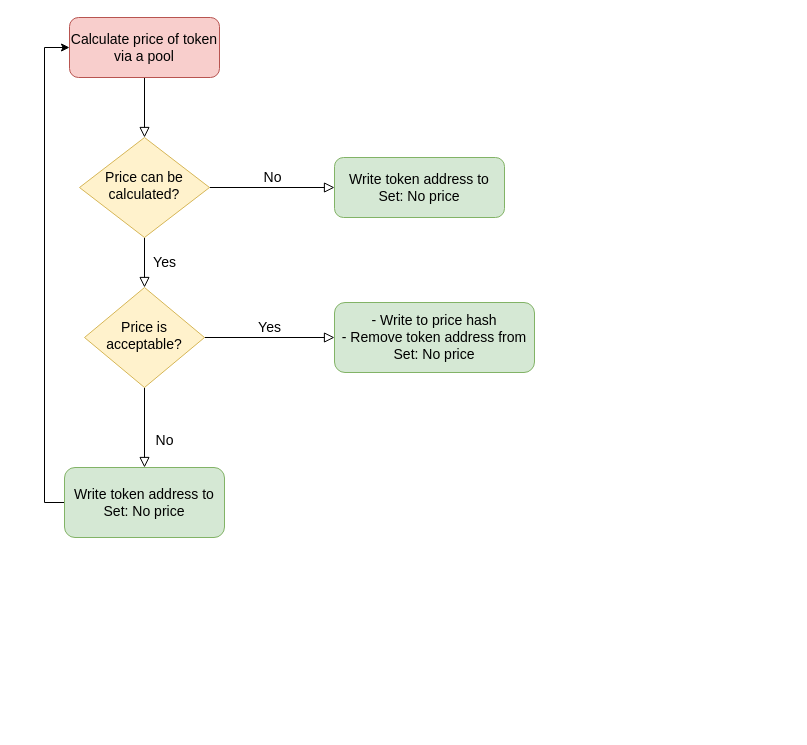
piavgh/draw.io-data keeps this draw.io diagram as Price calculation flowchart.drawio. Above is the earlier version. Source tidied: cells renumbered, new cells numbered last; positions are measured from the earlier drawing's top-left corner, leaving out a move shared by most shapes. Both pictures are drawn from the tidied source at 100%, with x=0, y=0 at pixel (64, 17).
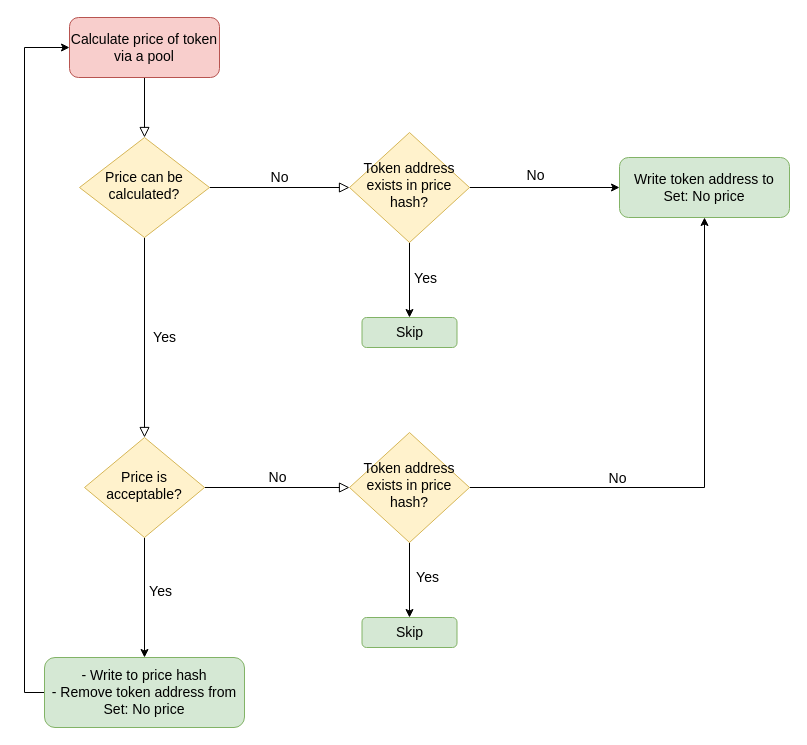
The same page after the edit.

Unchanged cells that the change refers to:
```xml
<mxCell id="3" value="Calculate price of token via a pool" style="rounded=1;whiteSpace=wrap;html=1;fontSize=14;glass=0;strokeWidth=1;shadow=0;fillColor=#f8cecc;strokeColor=#b85450;" parent="1" vertex="1">
  <mxGeometry x="5" width="150" height="60" as="geometry" />
</mxCell>
<mxCell id="6" value="Price can be calculated?" style="rhombus;whiteSpace=wrap;html=1;shadow=0;fontFamily=Helvetica;fontSize=14;align=center;strokeWidth=1;spacing=6;spacingTop=-4;fillColor=#fff2cc;strokeColor=#d6b656;" parent="1" vertex="1">
  <mxGeometry x="15" y="120" width="130" height="100" as="geometry" />
</mxCell>
```

Change to the diagram source:
```diff
@@
-    <mxCell id="5" value="No" style="edgeStyle=orthogonalEdgeStyle;rounded=0;html=1;jettySize=auto;fontSize=14;endArrow=block;endFill=0;endSize=8;strokeWidth=1;shadow=0;labelBackgroundColor=none;" parent="1" edge="1" source="6" target="7">
+    <mxCell id="5" value="No" style="edgeStyle=orthogonalEdgeStyle;rounded=0;html=1;jettySize=auto;fontSize=14;endArrow=block;endFill=0;endSize=8;strokeWidth=1;shadow=0;labelBackgroundColor=none;entryX=0;entryY=0.5;entryDx=0;entryDy=0;" parent="1" edge="1" source="6" target="21">
       <mxGeometry y="10" relative="1" as="geometry" />
     </mxCell>
@@
     <mxCell id="7" value="Write token address to Set: No price" style="rounded=1;whiteSpace=wrap;html=1;fontSize=14;glass=0;strokeWidth=1;shadow=0;fillColor=#d5e8d4;strokeColor=#82b366;" parent="1" vertex="1">
-      <mxGeometry x="270" y="140" width="170" height="60" as="geometry" />
+      <mxGeometry x="555" y="140" width="170" height="60" as="geometry" />
     </mxCell>
-    <mxCell id="8" value="No" style="rounded=0;html=1;jettySize=auto;fontSize=14;endArrow=block;endFill=0;endSize=8;strokeWidth=1;shadow=0;labelBackgroundColor=none;edgeStyle=orthogonalEdgeStyle;" parent="1" edge="1" source="10" target="12">
-      <mxGeometry x="0.33" y="20" relative="1" as="geometry" />
-    </mxCell>
-    <mxCell id="9" value="Yes" style="edgeStyle=orthogonalEdgeStyle;rounded=0;html=1;jettySize=auto;fontSize=14;endArrow=block;endFill=0;endSize=8;strokeWidth=1;shadow=0;labelBackgroundColor=none;" parent="1" edge="1" source="10" target="13">
+    <mxCell id="9" value="No" style="edgeStyle=orthogonalEdgeStyle;rounded=0;html=1;jettySize=auto;fontSize=14;endArrow=block;endFill=0;endSize=8;strokeWidth=1;shadow=0;labelBackgroundColor=none;entryX=0;entryY=0.5;entryDx=0;entryDy=0;" parent="1" edge="1" source="10" target="26">
       <mxGeometry y="10" relative="1" as="geometry" />
     </mxCell>
+    <mxCell id="14" style="edgeStyle=orthogonalEdgeStyle;rounded=0;jettySize=auto;html=1;exitX=0.5;exitY=1;exitDx=0;exitDy=0;entryX=0.5;entryY=0;entryDx=0;entryDy=0;fontSize=14;" parent="1" edge="1" source="10" target="13">
+      <mxGeometry relative="1" as="geometry" />
+    </mxCell>
+    <mxCell id="15" value="Yes" style="edgeLabel;html=1;align=center;verticalAlign=middle;fontSize=14;" parent="14" vertex="1">
+      <mxGeometry x="-0.11" y="2" relative="1" as="geometry">
+        <mxPoint x="13" as="offset" />
+      </mxGeometry>
+    </mxCell>
     <mxCell id="10" value="Price is acceptable?" style="rhombus;whiteSpace=wrap;html=1;shadow=0;fontFamily=Helvetica;fontSize=14;align=center;strokeWidth=1;spacing=6;spacingTop=-4;fillColor=#fff2cc;strokeColor=#d6b656;" parent="1" vertex="1">
-      <mxGeometry x="20" y="270" width="120" height="100" as="geometry" />
+      <mxGeometry x="20" y="420" width="120" height="100" as="geometry" />
     </mxCell>
-    <mxCell id="11" style="edgeStyle=orthogonalEdgeStyle;rounded=0;jettySize=auto;html=1;entryX=0;entryY=0.5;entryDx=0;entryDy=0;exitX=0;exitY=0.5;exitDx=0;exitDy=0;fontSize=14;" parent="1" edge="1" source="12" target="3">
-      <mxGeometry relative="1" as="geometry" />
-    </mxCell>
-    <mxCell id="12" value="Write token address to Set: No price" style="rounded=1;whiteSpace=wrap;html=1;fontSize=14;glass=0;strokeWidth=1;shadow=0;fillColor=#d5e8d4;strokeColor=#82b366;" parent="1" vertex="1">
-      <mxGeometry y="450" width="160" height="70" as="geometry" />
-    </mxCell>
+    <mxCell id="16" style="edgeStyle=orthogonalEdgeStyle;rounded=0;jettySize=auto;html=1;exitX=0;exitY=0.5;exitDx=0;exitDy=0;entryX=0;entryY=0.5;entryDx=0;entryDy=0;fontSize=14;" parent="1" edge="1" source="13" target="3">
+      <mxGeometry relative="1" as="geometry" />
+    </mxCell>
     <mxCell id="13" value="- Write to price hash&lt;br style=&quot;font-size: 14px;&quot;&gt;- Remove token address from Set: No price" style="rounded=1;whiteSpace=wrap;html=1;fontSize=14;glass=0;strokeWidth=1;shadow=0;fillColor=#d5e8d4;strokeColor=#82b366;" parent="1" vertex="1">
-      <mxGeometry x="270" y="285" width="200" height="70" as="geometry" />
+      <mxGeometry x="-20" y="640" width="200" height="70" as="geometry" />
     </mxCell>
+    <mxCell id="17" style="edgeStyle=orthogonalEdgeStyle;rounded=0;jettySize=auto;html=1;exitX=1;exitY=0.5;exitDx=0;exitDy=0;entryX=0;entryY=0.5;entryDx=0;entryDy=0;fontSize=14;" parent="1" edge="1" source="21" target="7">
+      <mxGeometry relative="1" as="geometry" />
+    </mxCell>
+    <mxCell id="18" value="No" style="edgeLabel;html=1;align=center;verticalAlign=middle;fontSize=14;" parent="17" vertex="1">
+      <mxGeometry x="-0.17" y="-1" relative="1" as="geometry">
+        <mxPoint x="3" y="-14" as="offset" />
+      </mxGeometry>
+    </mxCell>
+    <mxCell id="19" style="edgeStyle=orthogonalEdgeStyle;rounded=0;jettySize=auto;html=1;exitX=0.5;exitY=1;exitDx=0;exitDy=0;entryX=0.5;entryY=0;entryDx=0;entryDy=0;fontSize=14;" parent="1" edge="1" source="21" target="27">
+      <mxGeometry relative="1" as="geometry" />
+    </mxCell>
+    <mxCell id="20" value="Yes" style="edgeLabel;html=1;align=center;verticalAlign=middle;fontSize=14;" parent="19" vertex="1">
+      <mxGeometry x="-0.23" y="1" relative="1" as="geometry">
+        <mxPoint x="14" y="6" as="offset" />
+      </mxGeometry>
+    </mxCell>
+    <mxCell id="21" value="Token address exists in price hash?" style="rhombus;whiteSpace=wrap;html=1;shadow=0;fontFamily=Helvetica;fontSize=14;align=center;strokeWidth=1;spacing=6;spacingTop=-4;fillColor=#fff2cc;strokeColor=#d6b656;" parent="1" vertex="1">
+      <mxGeometry x="285" y="115" width="120" height="110" as="geometry" />
+    </mxCell>
+    <mxCell id="22" style="edgeStyle=orthogonalEdgeStyle;rounded=0;jettySize=auto;html=1;exitX=1;exitY=0.5;exitDx=0;exitDy=0;entryX=0.5;entryY=1;entryDx=0;entryDy=0;fontSize=14;" parent="1" edge="1" source="26" target="7">
+      <mxGeometry relative="1" as="geometry" />
+    </mxCell>
+    <mxCell id="23" value="No" style="edgeLabel;html=1;align=center;verticalAlign=middle;fontSize=14;" parent="22" vertex="1">
+      <mxGeometry x="-0.51" y="4" relative="1" as="geometry">
+        <mxPoint x="23" y="-6" as="offset" />
+      </mxGeometry>
+    </mxCell>
+    <mxCell id="24" style="edgeStyle=orthogonalEdgeStyle;rounded=0;jettySize=auto;html=1;exitX=0.5;exitY=1;exitDx=0;exitDy=0;entryX=0.5;entryY=0;entryDx=0;entryDy=0;fontSize=14;" parent="1" edge="1" source="26" target="28">
+      <mxGeometry relative="1" as="geometry" />
+    </mxCell>
+    <mxCell id="25" value="Yes" style="edgeLabel;html=1;align=center;verticalAlign=middle;fontSize=14;" parent="24" vertex="1">
+      <mxGeometry x="-0.09" relative="1" as="geometry">
+        <mxPoint x="17" as="offset" />
+      </mxGeometry>
+    </mxCell>
+    <mxCell id="26" value="Token address exists in price hash?" style="rhombus;whiteSpace=wrap;html=1;shadow=0;fontFamily=Helvetica;fontSize=14;align=center;strokeWidth=1;spacing=6;spacingTop=-4;fillColor=#fff2cc;strokeColor=#d6b656;" parent="1" vertex="1">
+      <mxGeometry x="285" y="415" width="120" height="110" as="geometry" />
+    </mxCell>
+    <mxCell id="27" value="Skip" style="rounded=1;whiteSpace=wrap;html=1;fontSize=14;glass=0;strokeWidth=1;shadow=0;fillColor=#d5e8d4;strokeColor=#82b366;" parent="1" vertex="1">
+      <mxGeometry x="297.5" y="300" width="95" height="30" as="geometry" />
+    </mxCell>
+    <mxCell id="28" value="Skip" style="rounded=1;whiteSpace=wrap;html=1;fontSize=14;glass=0;strokeWidth=1;shadow=0;fillColor=#d5e8d4;strokeColor=#82b366;" parent="1" vertex="1">
+      <mxGeometry x="297.5" y="600" width="95" height="30" as="geometry" />
+    </mxCell>
```
